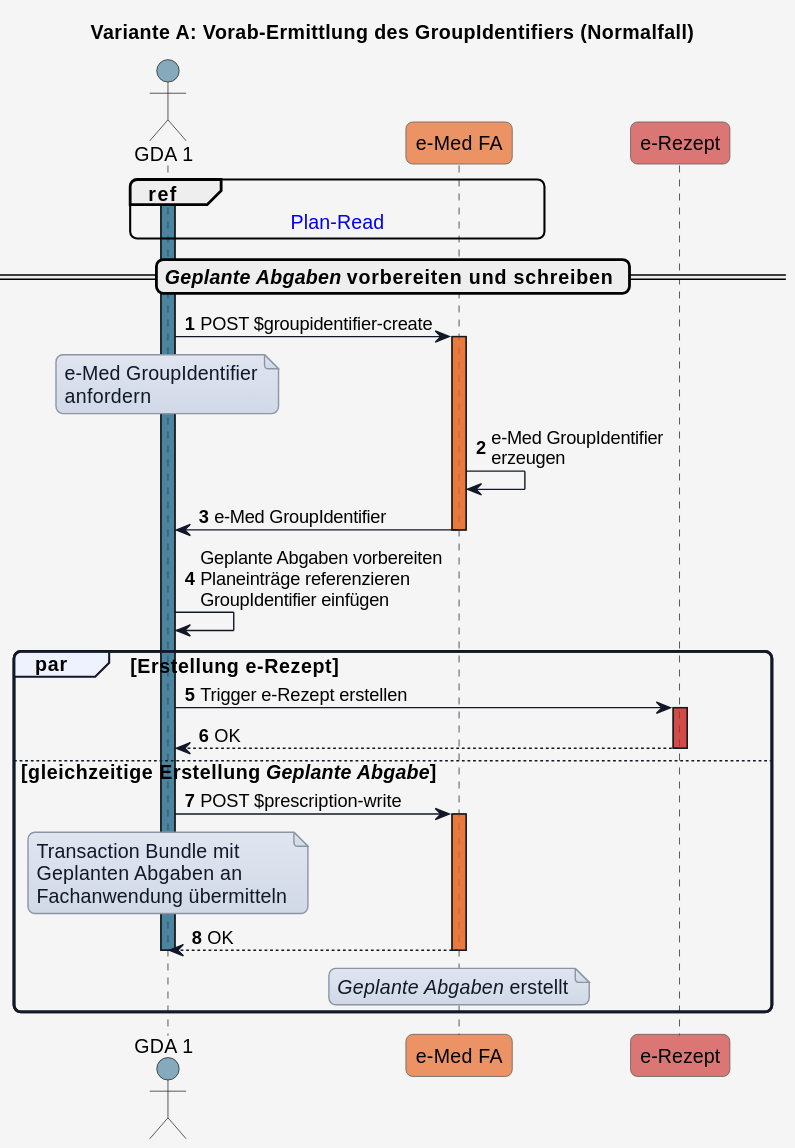
HL7Austria/ELGA-e-Medikation-R4 keeps this PlantUML diagram as input/images/plantuml/UC_eMed_04_01_a_normal.svg. Above is the earlier version.
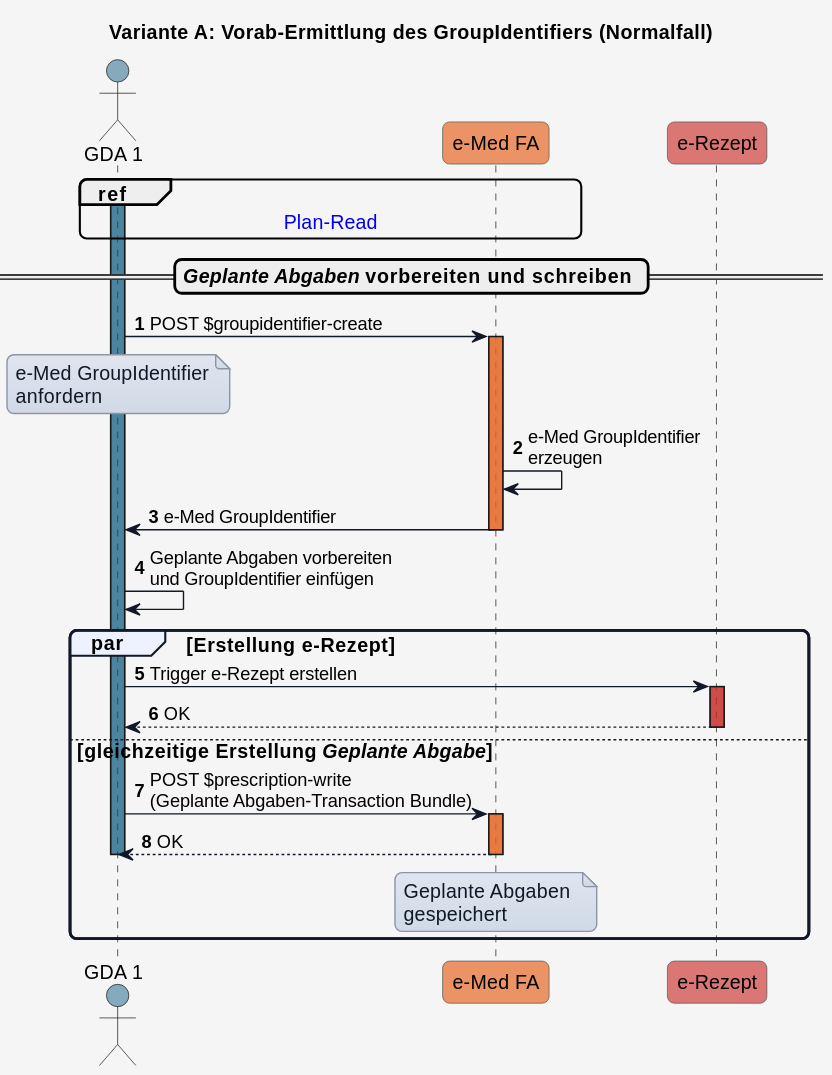
After the change.

What changed in the source:
```diff
@@ -72,7 +72,7 @@
 eMed_FA -> GDA_1: e-Med GroupIdentifier
 deactivate eMed_FA
 
-GDA_1 -> GDA_1: Geplante Abgaben vorbereiten\nPlaneinträge referenzieren\nGroupIdentifier einfügen
+GDA_1 -> GDA_1: Geplante Abgaben vorbereiten\nund GroupIdentifier einfügen
 
 par Erstellung e-Rezept
 
@@ -83,19 +83,16 @@
 
 else gleichzeitige Erstellung <i>Geplante Abgabe</i>
 
-  GDA_1 -> eMed_FA: POST $prescription-write
+  GDA_1 -> eMed_FA: POST $prescription-write\n(Geplante Abgaben-Transaction Bundle)
   activate eMed_FA COLOR_EMED_FA
-  note over GDA_1
-  Transaction Bundle mit
-  Geplanten Abgaben an
-  Fachanwendung übermitteln
-  end note
+
 
   eMed_FA --> GDA_1: OK
   deactivate eMed_FA
   deactivate GDA_1
   note over eMed_FA
-  <i>Geplante Abgaben</i> erstellt
+  Geplante Abgaben
+  gespeichert
   end note
 
 end
```
